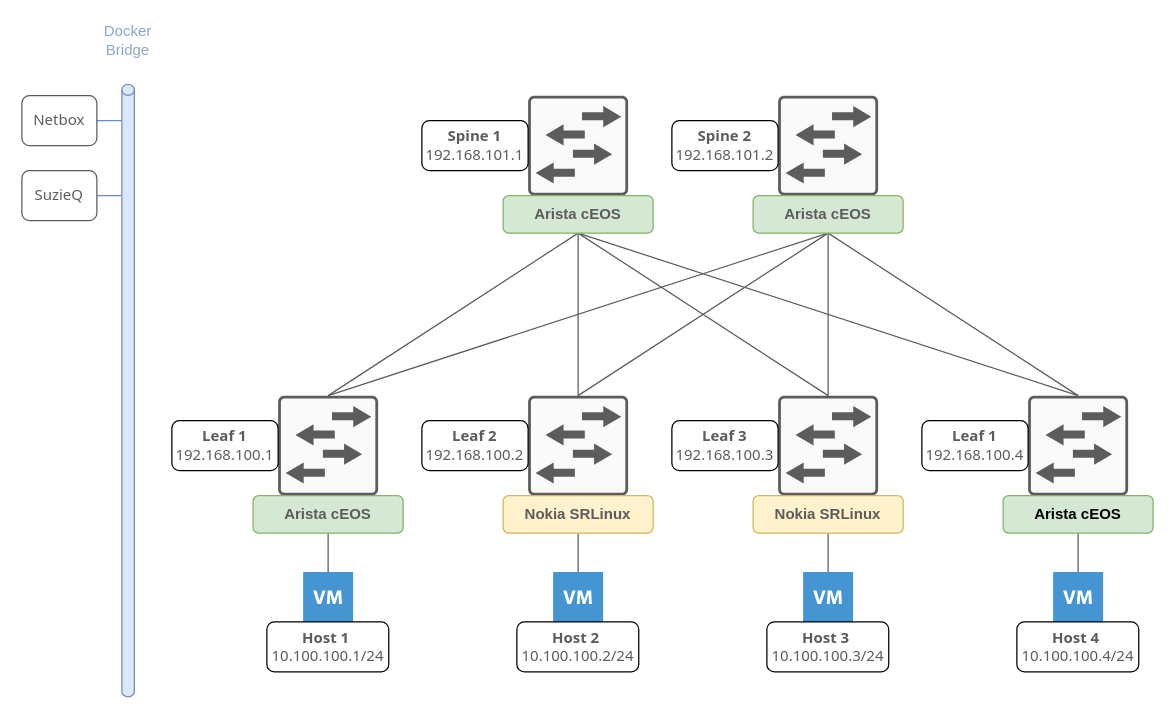
Above: documentation/assets/images/diagrams/VXLAN.drawio in MasqAs/projet-vxlan-automation (draw.io), before the change. Source tidied: cells renumbered, new cells numbered last; positions are measured from the earlier drawing's top-left corner, leaving out a move shared by most shapes. Both pictures are drawn from the tidied source at 125%, with x=0, y=0 at pixel (21, 21).
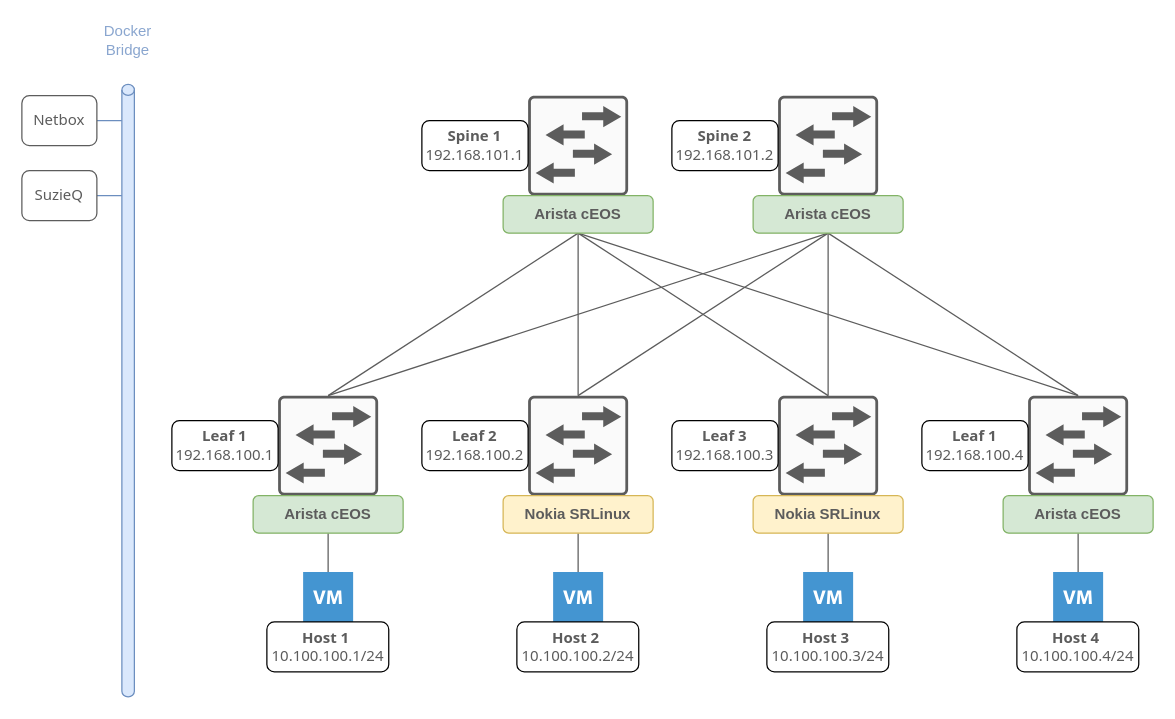
The same diagram, later.

What changed in the source:
```diff
@@
-    <mxCell id="16" value="&lt;b style=&quot;&quot;&gt;Arista cEOS&lt;/b&gt;" style="rounded=1;whiteSpace=wrap;html=1;fillColor=#d5e8d4;strokeColor=#82b366;" parent="1" vertex="1">
+    <mxCell id="16" value="&lt;b&gt;&lt;font color=&quot;#5c5c5c&quot;&gt;Arista cEOS&lt;/font&gt;&lt;/b&gt;" style="rounded=1;whiteSpace=wrap;html=1;fillColor=#d5e8d4;strokeColor=#82b366;" parent="1" vertex="1">
       <mxGeometry x="785" y="379" width="120" height="30" as="geometry" />
     </mxCell>
```
